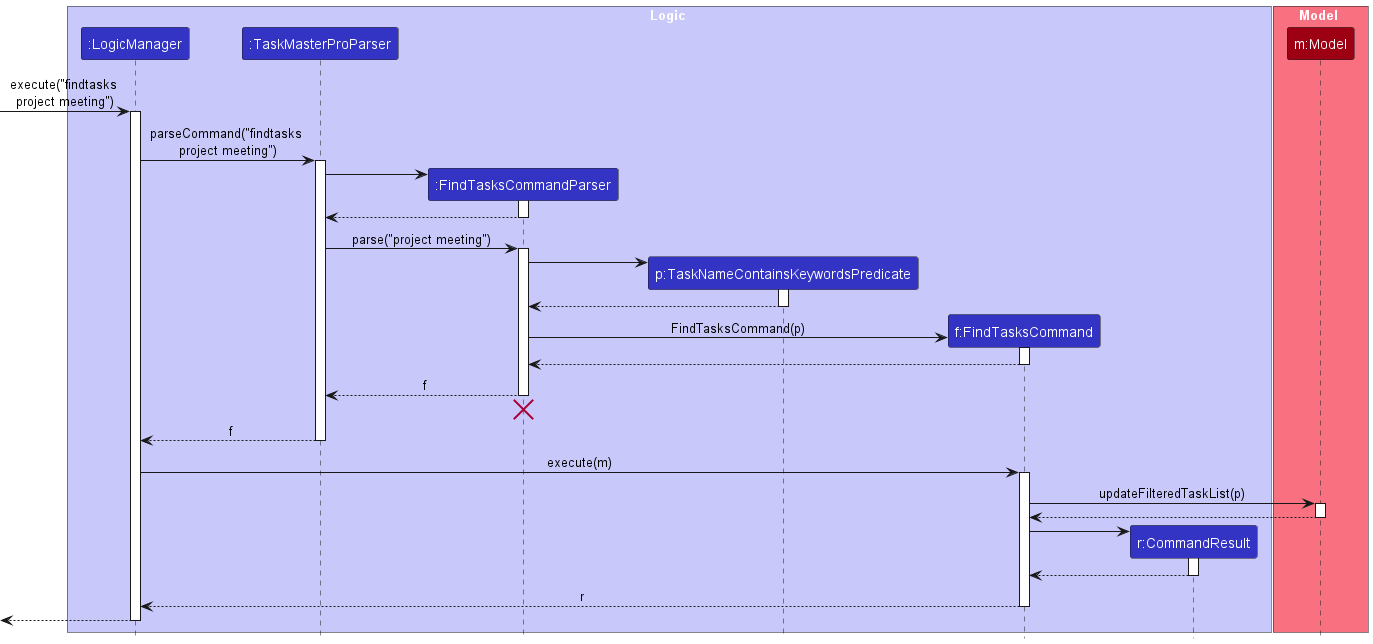
azumieflare/tp keeps this PlantUML diagram as docs/images/FindTasksSequenceDiagram.png. Above is the earlier version. Its diagram source:
```plantuml
@startuml
!include style.puml
skinparam ArrowFontStyle plain

box Logic LOGIC_COLOR_T1
participant ":LogicManager" as LogicManager LOGIC_COLOR
participant ":TaskMasterProParser" as TaskMasterProParser LOGIC_COLOR
participant ":FindTasksCommandParser" as FindTasksCommandParser LOGIC_COLOR
participant "p:TaskNameContainsKeywordsPredicate" as TaskNameContainsKeywordsPredicate LOGIC_COLOR
participant "f:FindTasksCommand" as FindTasksCommand LOGIC_COLOR
participant "r:CommandResult" as CommandResult LOGIC_COLOR
end box

box Model MODEL_COLOR_T1
participant "m:Model" as Model MODEL_COLOR
end box

[-> LogicManager : execute("findtasks \nproject meeting")
activate LogicManager

LogicManager -> TaskMasterProParser : parseCommand("findtasks \nproject meeting")
activate TaskMasterProParser

create FindTasksCommandParser
TaskMasterProParser -> FindTasksCommandParser
activate FindTasksCommandParser

FindTasksCommandParser --> TaskMasterProParser
deactivate FindTasksCommandParser

TaskMasterProParser -> FindTasksCommandParser : parse("project meeting")
activate FindTasksCommandParser

create TaskNameContainsKeywordsPredicate
FindTasksCommandParser -> TaskNameContainsKeywordsPredicate
activate TaskNameContainsKeywordsPredicate

TaskNameContainsKeywordsPredicate --> FindTasksCommandParser
deactivate TaskNameContainsKeywordsPredicate

create FindTasksCommand
FindTasksCommandParser -> FindTasksCommand : FindTasksCommand(p)
activate FindTasksCommand

FindTasksCommand --> FindTasksCommandParser :
deactivate FindTasksCommand

FindTasksCommandParser --> TaskMasterProParser : f
deactivate FindTasksCommandParser
FindTasksCommandParser -[hidden]-> TaskMasterProParser
destroy FindTasksCommandParser

TaskMasterProParser --> LogicManager : f
deactivate TaskMasterProParser

LogicManager -> FindTasksCommand : execute(m)
activate FindTasksCommand

FindTasksCommand -> Model : updateFilteredTaskList(p)
activate Model

Model --> FindTasksCommand
deactivate Model

create CommandResult
FindTasksCommand -> CommandResult
activate CommandResult

CommandResult --> FindTasksCommand
deactivate CommandResult

FindTasksCommand --> LogicManager : r
deactivate FindTasksCommand

[<--LogicManager
deactivate LogicManager
@enduml
```
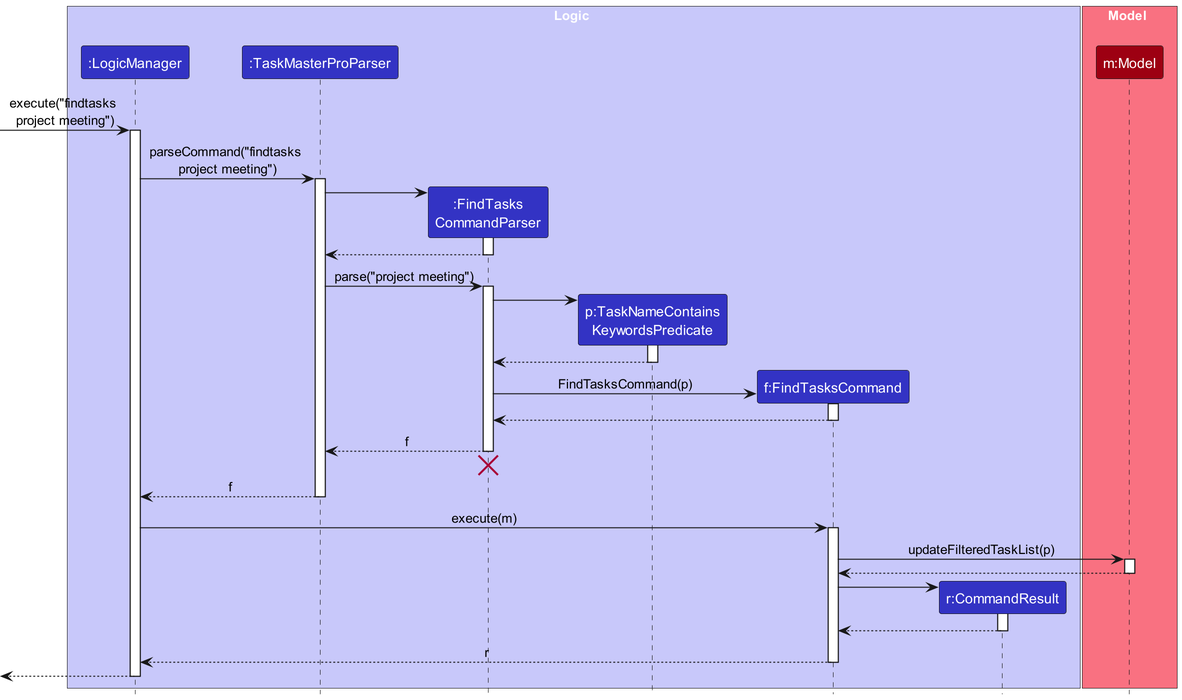
After the change.

Commit message:
Update findtasks seq diagram

What changed in the source:
```diff
@@ -2,11 +2,13 @@
 !include style.puml
 skinparam ArrowFontStyle plain
 
+scale 2
+
 box Logic LOGIC_COLOR_T1
 participant ":LogicManager" as LogicManager LOGIC_COLOR
 participant ":TaskMasterProParser" as TaskMasterProParser LOGIC_COLOR
-participant ":FindTasksCommandParser" as FindTasksCommandParser LOGIC_COLOR
-participant "p:TaskNameContainsKeywordsPredicate" as TaskNameContainsKeywordsPredicate LOGIC_COLOR
+participant ":FindTasks\nCommandParser" as FindTasksCommandParser LOGIC_COLOR
+participant "p:TaskNameContains\nKeywordsPredicate" as TaskNameContainsKeywordsPredicate LOGIC_COLOR
 participant "f:FindTasksCommand" as FindTasksCommand LOGIC_COLOR
 participant "r:CommandResult" as CommandResult LOGIC_COLOR
 end box
```
